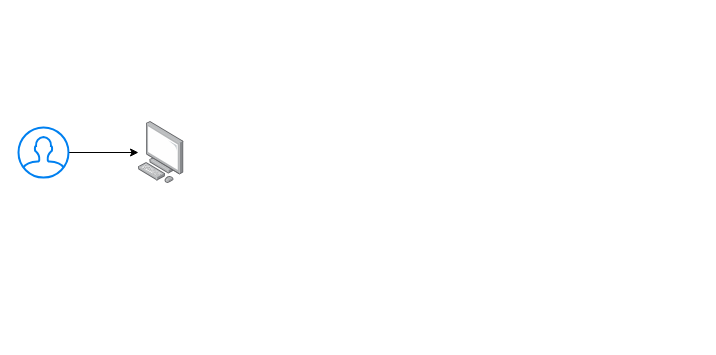
This is 未命名绘图.drawio from redcomet88/DRAW, a draw.io file, before an edit. Source tidied: cells renumbered, new cells numbered last; positions are measured from the earlier drawing's top-left corner, leaving out a move shared by most shapes. Both pictures are drawn from the tidied source at 100%, with x=0, y=0 at pixel (18, 121). Pictures stored in the file or linked from it are replaced by grey dashed boxes.
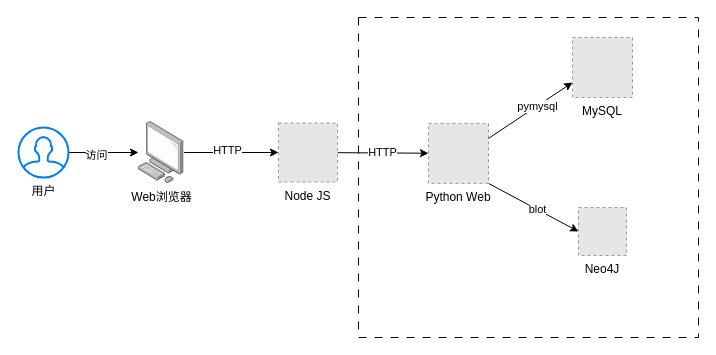
The same page after the edit.

Commit message:
更新未命名绘图.drawio

What changed in the source:
```diff
@@
 <mxGraphModel>
   <root>
     <mxCell id="0" />
     <mxCell id="1" parent="0" />
+    <mxCell id="5" style="rounded=0;whiteSpace=wrap;html=1;dashed=1;dashPattern=8 8;fillColor=none;" parent="1" vertex="1">
+      <mxGeometry x="340" y="-104" width="340" height="320" as="geometry" />
+    </mxCell>
     <mxCell id="2" style="edgeStyle=orthogonalEdgeStyle;rounded=0;jettySize=auto;html=1;" parent="1" edge="1" source="3" target="4">
       <mxGeometry relative="1" as="geometry" />
     </mxCell>
+    <mxCell id="6" value="访问" style="edgeLabel;html=1;align=center;verticalAlign=middle;" parent="2" vertex="1">
+      <mxGeometry x="-0.23" y="-1" relative="1" as="geometry">
+        <mxPoint y="1" as="offset" />
+      </mxGeometry>
+    </mxCell>
-    <mxCell id="3" style="html=1;verticalLabelPosition=bottom;align=center;labelBackgroundColor=#ffffff;verticalAlign=top;strokeWidth=2;strokeColor=#0080F0;shadow=0;dashed=0;shape=mxgraph.ios7.icons.user;" parent="1" vertex="1">
+    <mxCell id="3" value="用户" style="html=1;verticalLabelPosition=bottom;align=center;labelBackgroundColor=#ffffff;verticalAlign=top;strokeWidth=2;strokeColor=#0080F0;shadow=0;dashed=0;shape=mxgraph.ios7.icons.user;" parent="1" vertex="1">
       <mxGeometry y="6" width="50" height="50" as="geometry" />
     </mxCell>
+    <mxCell id="7" style="edgeStyle=none;rounded=0;jettySize=auto;html=1;" parent="1" edge="1" source="4" target="15">
+      <mxGeometry relative="1" as="geometry" />
+    </mxCell>
+    <mxCell id="8" value="HTTP" style="edgeLabel;html=1;align=center;verticalAlign=middle;" parent="7" vertex="1">
+      <mxGeometry x="-0.09" y="3" relative="1" as="geometry" />
+    </mxCell>
-    <mxCell id="4" style="points=[];html=1;align=center;shadow=0;dashed=0;image;image=img/lib/allied_telesis/computer_and_terminals/Personal_Computer.svg;" parent="1" vertex="1">
+    <mxCell id="4" value="Web浏览器" style="points=[];html=1;align=center;shadow=0;dashed=0;image;image=img/lib/allied_telesis/computer_and_terminals/Personal_Computer.svg;" parent="1" vertex="1">
       <mxGeometry x="120" y="0.1" width="45.6" height="61.8" as="geometry" />
     </mxCell>
+    <mxCell id="9" value="MySQL" style="fillColor=#E6E6E6;strokeColor=#999999;dashed=1;verticalLabelPosition=bottom;labelBackgroundColor=default;verticalAlign=top;" parent="1" vertex="1">
+      <mxGeometry x="554" y="-84" width="60" height="60" as="geometry" />
+    </mxCell>
+    <mxCell id="10" style="rounded=0;jettySize=auto;html=1;exitX=1;exitY=1;exitDx=0;exitDy=0;entryX=0;entryY=0.5;entryDx=0;entryDy=0;" parent="1" edge="1" source="12" target="16">
+      <mxGeometry relative="1" as="geometry" />
+    </mxCell>
+    <mxCell id="11" value="blot" style="edgeLabel;html=1;align=center;verticalAlign=middle;" parent="10" vertex="1">
+      <mxGeometry x="0.08" relative="1" as="geometry" />
+    </mxCell>
+    <mxCell id="12" value="Python Web" style="fillColor=#E6E6E6;strokeColor=#999999;dashed=1;verticalLabelPosition=bottom;labelBackgroundColor=default;verticalAlign=top;" parent="1" vertex="1">
+      <mxGeometry x="410" y="1.9" width="60" height="60" as="geometry" />
+    </mxCell>
+    <mxCell id="13" style="edgeStyle=none;rounded=0;jettySize=auto;html=1;" parent="1" edge="1" source="15" target="12">
+      <mxGeometry relative="1" as="geometry" />
+    </mxCell>
+    <mxCell id="14" value="HTTP" style="edgeLabel;html=1;align=center;verticalAlign=middle;" parent="13" vertex="1">
+      <mxGeometry x="-0.04" y="1" relative="1" as="geometry" />
+    </mxCell>
+    <mxCell id="15" value="Node JS" style="fillColor=#E6E6E6;strokeColor=#999999;dashed=1;verticalLabelPosition=bottom;labelBackgroundColor=default;verticalAlign=top;" parent="1" vertex="1">
+      <mxGeometry x="260" y="1.5" width="59" height="59" as="geometry" />
+    </mxCell>
+    <mxCell id="16" value="Neo4J" style="fillColor=#E6E6E6;strokeColor=#999999;dashed=1;verticalLabelPosition=bottom;labelBackgroundColor=default;verticalAlign=top;" parent="1" vertex="1">
+      <mxGeometry x="560" y="86" width="48" height="48" as="geometry" />
+    </mxCell>
+    <mxCell id="17" style="rounded=0;jettySize=auto;html=1;exitX=1;exitY=0.25;exitDx=0;exitDy=0;entryX=0;entryY=0.75;entryDx=0;entryDy=0;" parent="1" edge="1" source="12" target="9">
+      <mxGeometry relative="1" as="geometry" />
+    </mxCell>
+    <mxCell id="18" value="pymysql" style="edgeLabel;html=1;align=center;verticalAlign=middle;" parent="17" vertex="1">
+      <mxGeometry x="0.15" relative="1" as="geometry" />
+    </mxCell>
   </root>
 </mxGraphModel>
```
